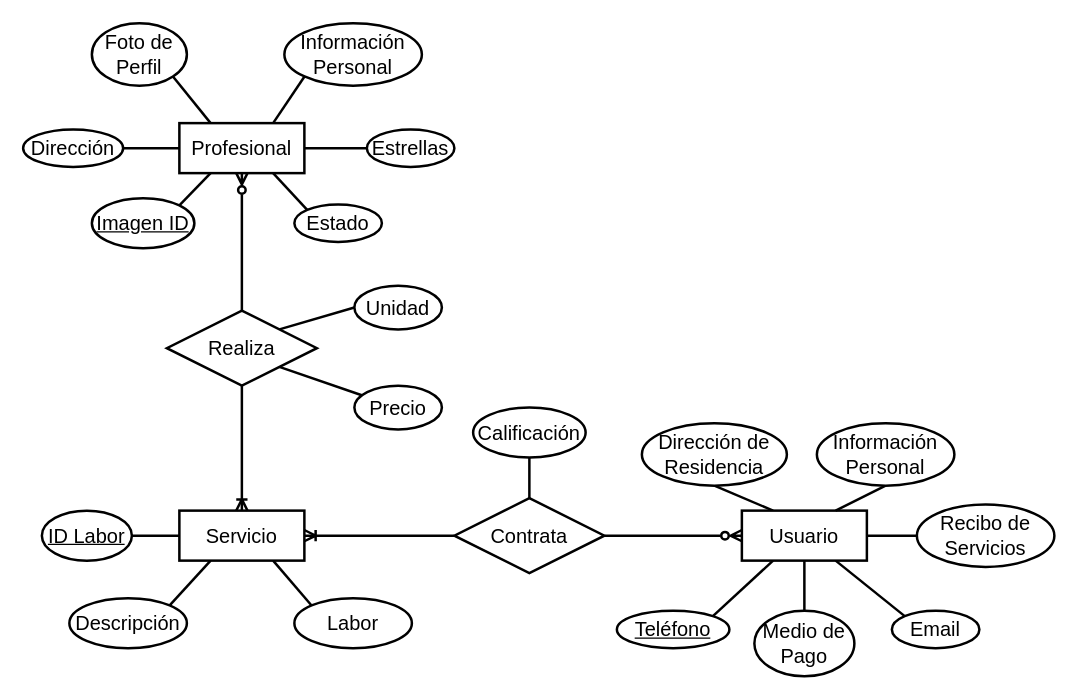
The draw.io diagram Diagramas/Dragrama Entidad-Relacion.drawio in Hazzard1912/domesticapp, before the edit. Source tidied: cells renumbered, new cells numbered last; positions are measured from the earlier drawing's top-left corner, leaving out a move shared by most shapes. Both pictures are drawn from the tidied source at 125%, with x=0, y=0 at pixel (22, 22).
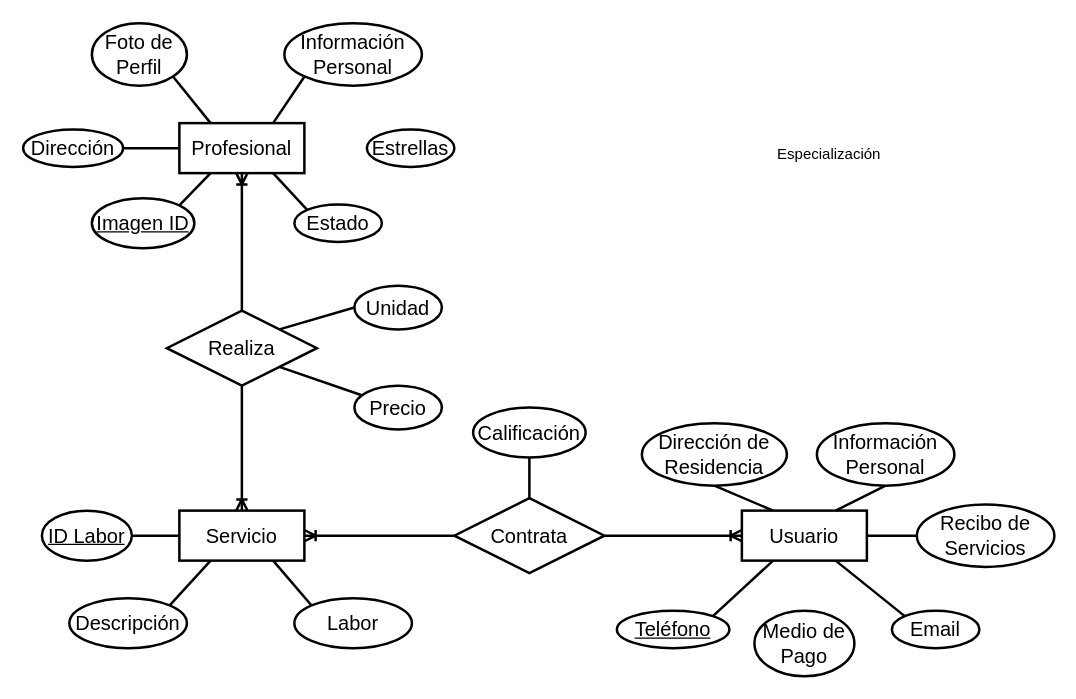
After the change.

The change refers to these unchanged cells:
```xml
<mxCell id="9" value="Profesional" style="whiteSpace=wrap;html=1;align=center;strokeWidth=2;fontSize=16;" parent="1" vertex="1">
  <mxGeometry x="125" y="80" width="100" height="40" as="geometry" />
</mxCell>
<mxCell id="16" value="Usuario" style="whiteSpace=wrap;html=1;align=center;strokeWidth=2;fontSize=16;" parent="1" vertex="1">
  <mxGeometry x="575" y="390" width="100" height="40" as="geometry" />
</mxCell>
<mxCell id="18" value="Contrata" style="shape=rhombus;perimeter=rhombusPerimeter;whiteSpace=wrap;html=1;align=center;strokeWidth=2;fontSize=16;" parent="1" vertex="1">
  <mxGeometry x="345" y="380" width="120" height="60" as="geometry" />
</mxCell>
<mxCell id="33" value="Realiza" style="shape=rhombus;perimeter=rhombusPerimeter;whiteSpace=wrap;html=1;align=center;strokeWidth=2;fontSize=16;" parent="1" vertex="1">
  <mxGeometry x="115" y="230" width="120" height="60" as="geometry" />
</mxCell>
<mxCell id="41" value="Medio de Pago" style="ellipse;whiteSpace=wrap;html=1;align=center;fontSize=16;strokeWidth=2;" parent="1" vertex="1">
  <mxGeometry x="585" y="470" width="80" height="52.5" as="geometry" />
</mxCell>
<mxCell id="44" value="Estrellas" style="ellipse;whiteSpace=wrap;html=1;align=center;fontSize=16;strokeWidth=2;" parent="1" vertex="1">
  <mxGeometry x="275" y="85" width="70" height="30" as="geometry" />
</mxCell>
```

Change to the diagram source:
```diff
@@
-    <mxCell id="2" style="edgeStyle=orthogonalEdgeStyle;rounded=0;jettySize=auto;html=1;exitX=0.5;exitY=1;exitDx=0;exitDy=0;entryX=0.5;entryY=0;entryDx=0;entryDy=0;strokeWidth=2;endArrow=none;endFill=0;startArrow=ERzeroToMany;startFill=0;" parent="1" edge="1" source="9" target="33">
+    <mxCell id="2" style="edgeStyle=orthogonalEdgeStyle;rounded=0;jettySize=auto;html=1;exitX=0.5;exitY=1;exitDx=0;exitDy=0;entryX=0.5;entryY=0;entryDx=0;entryDy=0;strokeWidth=2;endArrow=none;endFill=0;startArrow=ERoneToMany;startFill=0;" parent="1" edge="1" source="9" target="33">
       <mxGeometry relative="1" as="geometry" />
     </mxCell>
@@
-    <mxCell id="4" style="edgeStyle=orthogonalEdgeStyle;rounded=0;jettySize=auto;html=1;exitX=1;exitY=0.5;exitDx=0;exitDy=0;entryX=0;entryY=0.5;entryDx=0;entryDy=0;strokeWidth=2;endArrow=none;endFill=0;" parent="1" edge="1" source="9" target="44">
-      <mxGeometry relative="1" as="geometry" />
-    </mxCell>
@@
-    <mxCell id="10" style="edgeStyle=orthogonalEdgeStyle;rounded=0;jettySize=auto;html=1;exitX=0;exitY=0.5;exitDx=0;exitDy=0;entryX=1;entryY=0.5;entryDx=0;entryDy=0;endArrow=none;endFill=0;strokeWidth=2;startArrow=ERzeroToMany;startFill=0;" parent="1" edge="1" source="16" target="18">
+    <mxCell id="10" style="edgeStyle=orthogonalEdgeStyle;rounded=0;jettySize=auto;html=1;exitX=0;exitY=0.5;exitDx=0;exitDy=0;entryX=1;entryY=0.5;entryDx=0;entryDy=0;endArrow=none;endFill=0;strokeWidth=2;startArrow=ERoneToMany;startFill=0;" parent="1" edge="1" source="16" target="18">
       <mxGeometry relative="1" as="geometry" />
     </mxCell>
-    <mxCell id="11" style="rounded=0;jettySize=auto;html=1;exitX=0.5;exitY=1;exitDx=0;exitDy=0;entryX=0.5;entryY=0;entryDx=0;entryDy=0;endArrow=none;endFill=0;strokeWidth=2;" parent="1" edge="1" source="16" target="41">
-      <mxGeometry relative="1" as="geometry" />
-    </mxCell>
@@
+    <mxCell id="47" value="Especialización" style="text;html=1;strokeColor=none;fillColor=none;align=center;verticalAlign=middle;whiteSpace=wrap;rounded=0;" parent="1" vertex="1">
+      <mxGeometry x="615" y="90" width="60" height="30" as="geometry" />
+    </mxCell>
```
